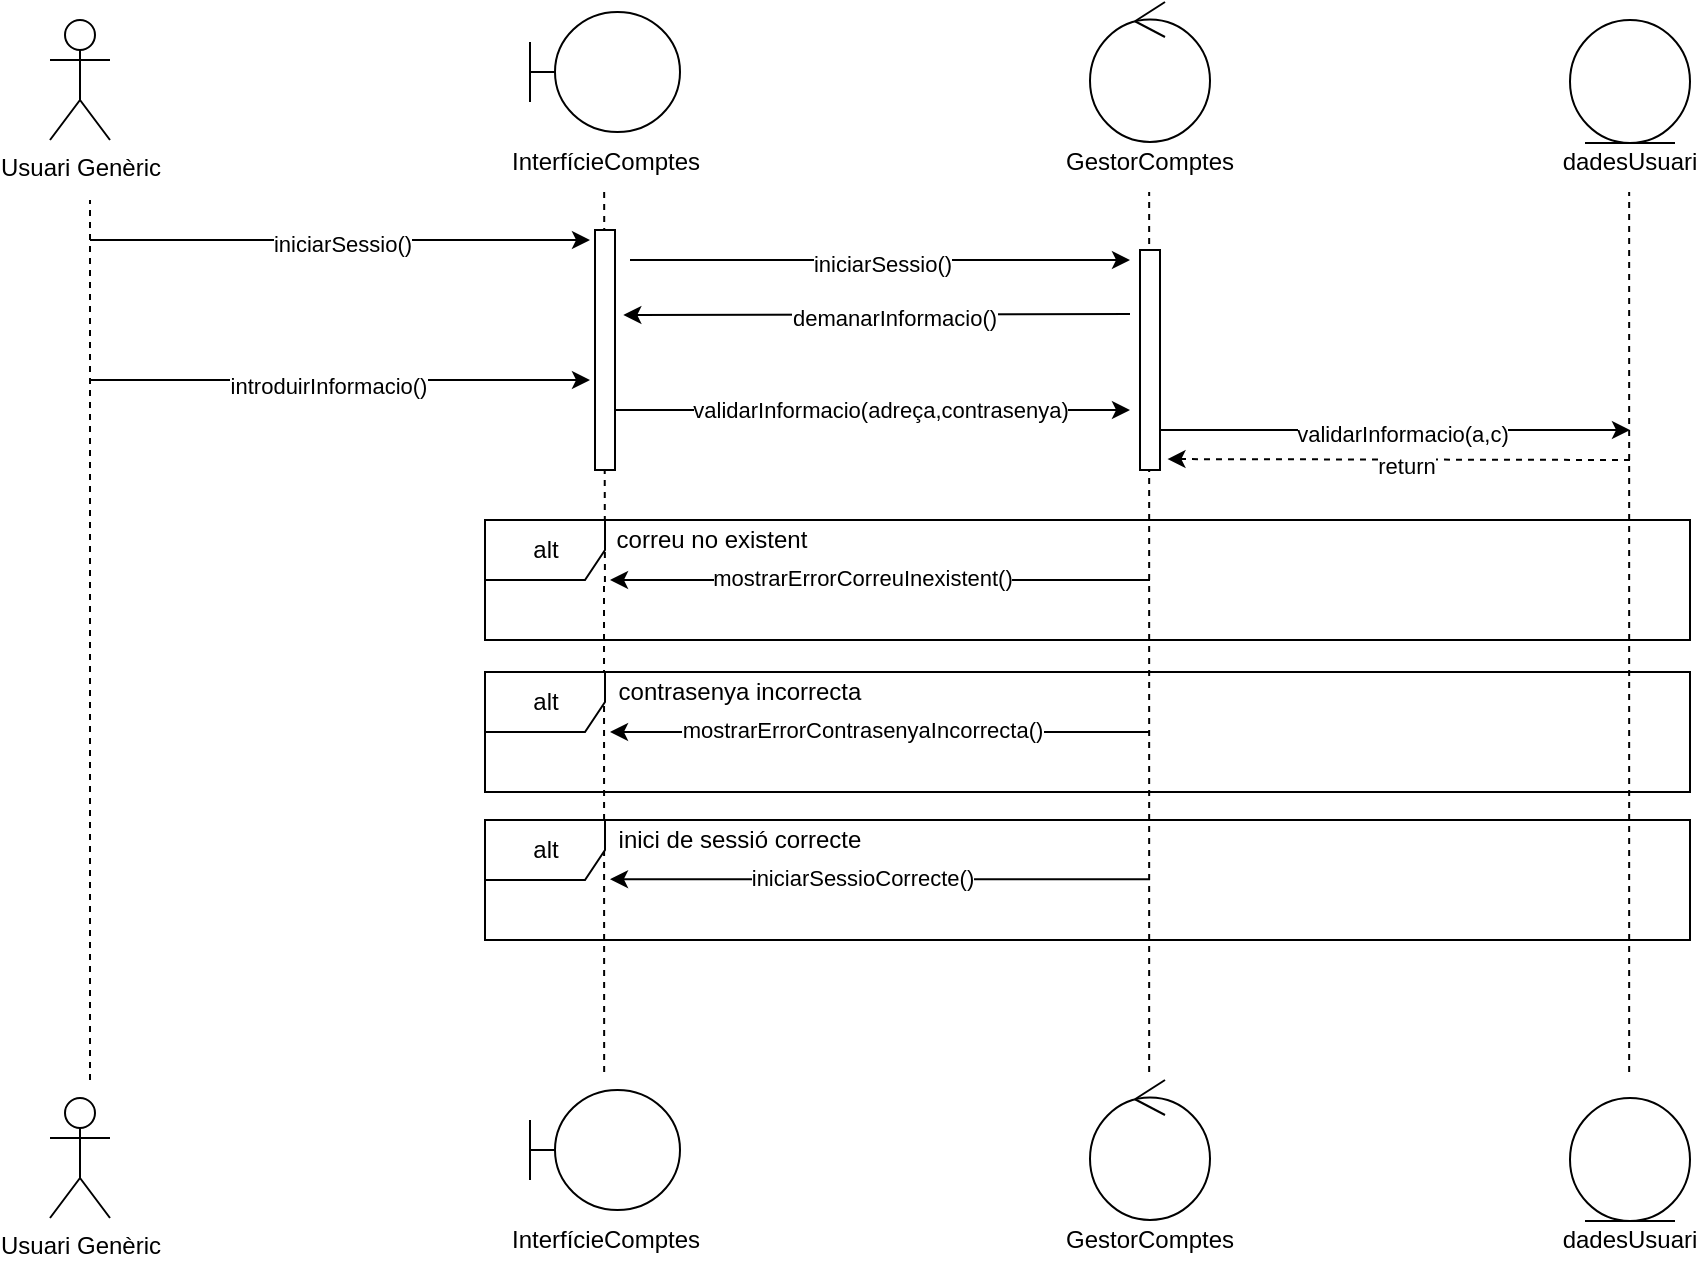
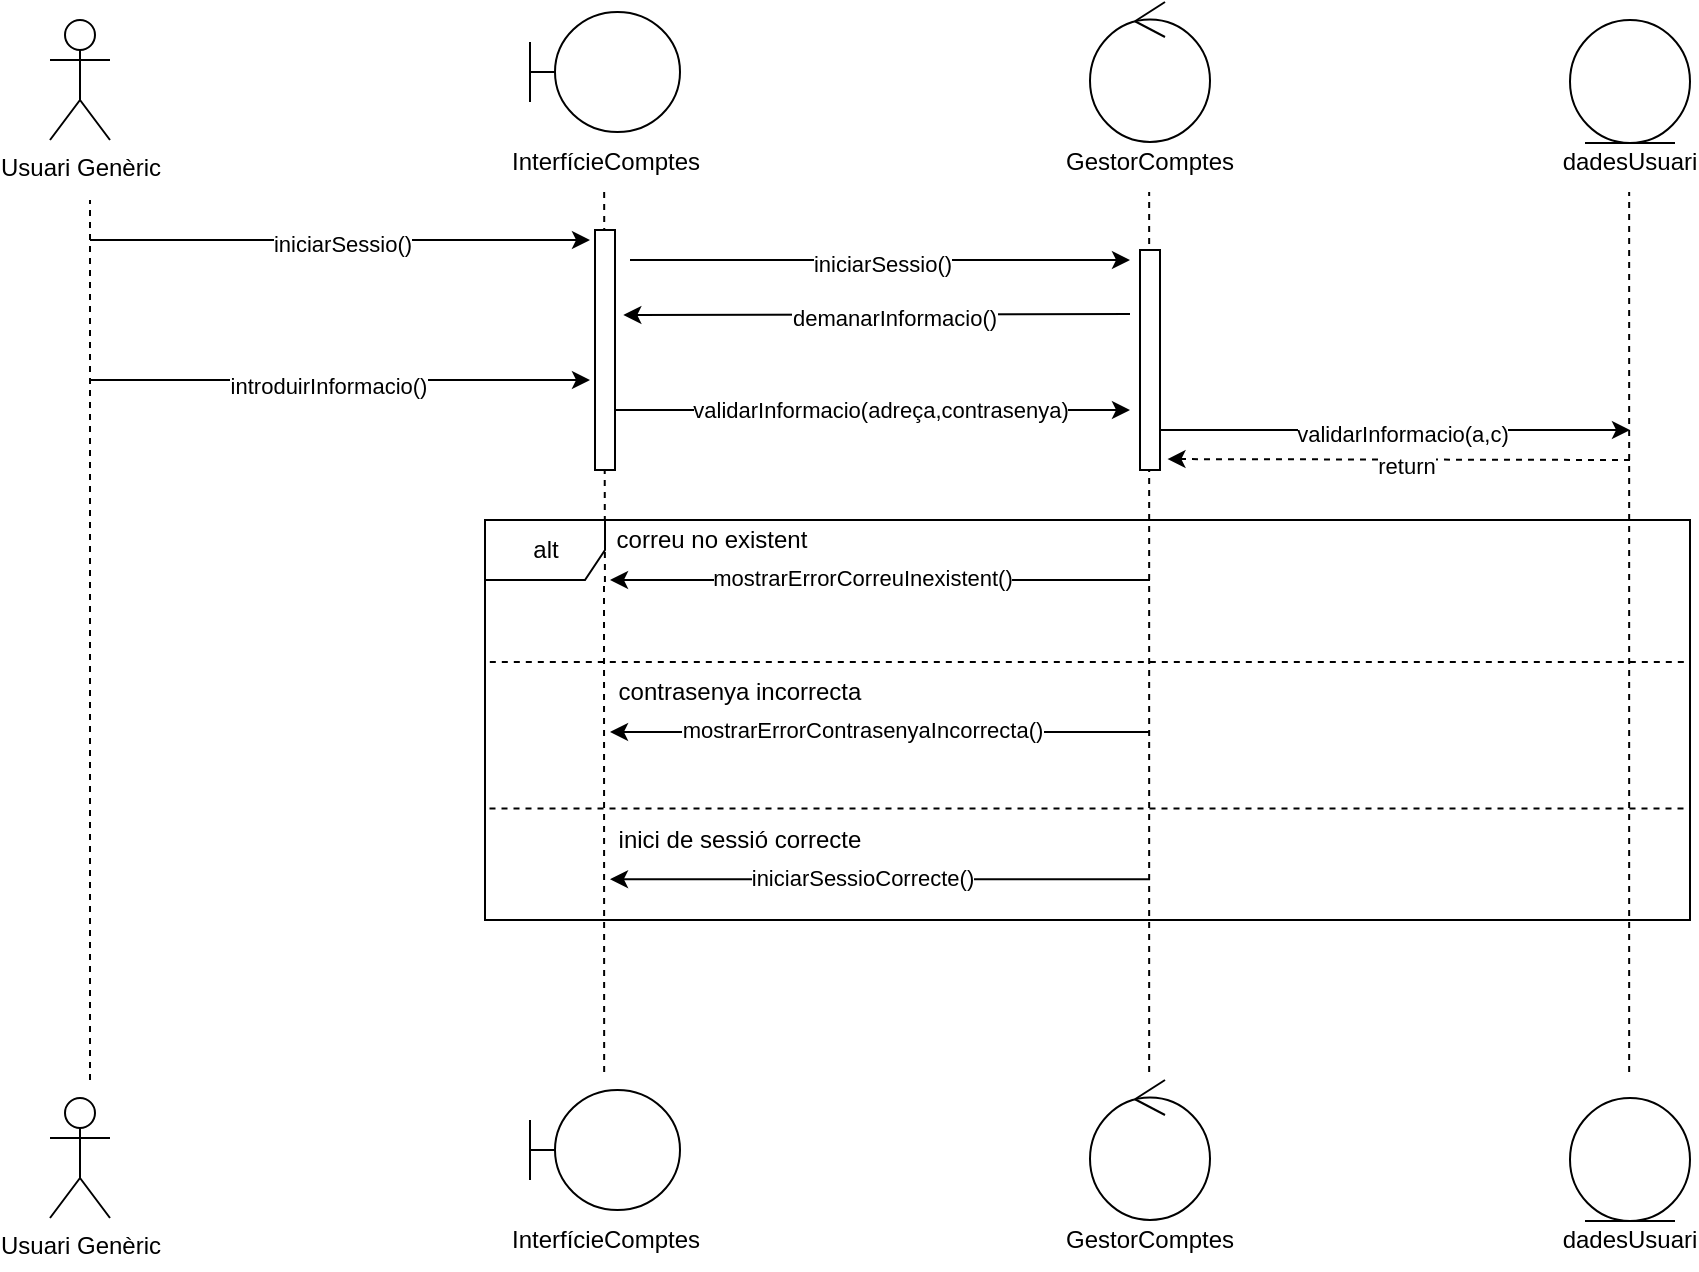
<mxfile host="Electron">
  <diagram name="Pàgina-1" id="qvVAie-Hl5Rr7k6o38sZ">
-     <mxGraphModel dx="1520" dy="988" grid="1" gridSize="10" guides="1" tooltips="1" connect="1" arrows="1" fold="1" page="1" pageScale="1" pageWidth="1169" pageHeight="827" math="0" shadow="0">
+     <mxGraphModel dx="1178" dy="735" grid="1" gridSize="10" guides="1" tooltips="1" connect="1" arrows="1" fold="1" page="1" pageScale="1" pageWidth="1169" pageHeight="827" math="0" shadow="0">
      <root>
        <mxCell id="0" />
        <mxCell id="1" parent="0" />
        <mxCell id="b8Wn0gmdy3Yzb2cbIPzx-2" parent="1" style="shape=umlActor;verticalLabelPosition=bottom;verticalAlign=top;html=1;outlineConnect=0;" value="Usuari Genèric" vertex="1">
          <mxGeometry height="60" width="30" x="110" y="60" as="geometry" />
        </mxCell>
        <mxCell id="b8Wn0gmdy3Yzb2cbIPzx-11" connectable="0" parent="1" style="group" value="" vertex="1">
          <mxGeometry height="90" width="75" x="350" y="56" as="geometry" />
        </mxCell>
        <mxCell id="b8Wn0gmdy3Yzb2cbIPzx-6" parent="b8Wn0gmdy3Yzb2cbIPzx-11" style="shape=umlBoundary;whiteSpace=wrap;html=1;" value="" vertex="1">
          <mxGeometry height="60" width="75" as="geometry" />
        </mxCell>
        <mxCell id="b8Wn0gmdy3Yzb2cbIPzx-9" parent="b8Wn0gmdy3Yzb2cbIPzx-11" style="text;html=1;whiteSpace=wrap;strokeColor=none;fillColor=none;align=center;verticalAlign=middle;rounded=0;" value="InterfícieComptes" vertex="1">
          <mxGeometry height="30" width="60" x="7.5" y="60" as="geometry" />
        </mxCell>
        <mxCell id="b8Wn0gmdy3Yzb2cbIPzx-14" connectable="0" parent="1" style="group" value="" vertex="1">
          <mxGeometry height="95" width="60" x="630" y="51" as="geometry" />
        </mxCell>
        <mxCell id="b8Wn0gmdy3Yzb2cbIPzx-12" parent="b8Wn0gmdy3Yzb2cbIPzx-14" style="ellipse;shape=umlControl;whiteSpace=wrap;html=1;" value="" vertex="1">
          <mxGeometry height="70" width="60" as="geometry" />
        </mxCell>
        <mxCell id="b8Wn0gmdy3Yzb2cbIPzx-13" parent="b8Wn0gmdy3Yzb2cbIPzx-14" style="text;html=1;whiteSpace=wrap;strokeColor=none;fillColor=none;align=center;verticalAlign=middle;rounded=0;" value="GestorComptes" vertex="1">
          <mxGeometry height="30" width="60" y="65" as="geometry" />
        </mxCell>
        <mxCell id="b8Wn0gmdy3Yzb2cbIPzx-15" edge="1" parent="1" style="endArrow=none;dashed=1;html=1;rounded=0;" value="">
          <mxGeometry height="50" relative="1" width="50" as="geometry">
            <mxPoint x="130" y="590" as="sourcePoint" />
            <mxPoint x="130" y="150" as="targetPoint" />
          </mxGeometry>
        </mxCell>
        <mxCell id="b8Wn0gmdy3Yzb2cbIPzx-16" edge="1" parent="1" style="endArrow=none;dashed=1;html=1;rounded=0;" value="">
          <mxGeometry height="50" relative="1" width="50" as="geometry">
            <mxPoint x="387.46769230769223" y="341" as="sourcePoint" />
            <mxPoint x="387.08000000000004" y="146" as="targetPoint" />
          </mxGeometry>
        </mxCell>
        <mxCell id="b8Wn0gmdy3Yzb2cbIPzx-17" edge="1" parent="1" style="endArrow=none;dashed=1;html=1;rounded=0;" value="">
          <mxGeometry height="50" relative="1" width="50" as="geometry">
            <mxPoint x="659.58" y="586" as="sourcePoint" />
            <mxPoint x="659.58" y="146" as="targetPoint" />
          </mxGeometry>
        </mxCell>
        <mxCell id="b8Wn0gmdy3Yzb2cbIPzx-41" edge="1" parent="1" style="endArrow=none;dashed=1;html=1;rounded=0;" value="">
          <mxGeometry height="50" relative="1" width="50" as="geometry">
            <mxPoint x="387.08000000000004" y="586" as="sourcePoint" />
            <mxPoint x="387" y="340" as="targetPoint" />
          </mxGeometry>
        </mxCell>
        <mxCell id="b8Wn0gmdy3Yzb2cbIPzx-43" parent="1" style="shape=umlFrame;whiteSpace=wrap;html=1;pointerEvents=0;" value="alt" vertex="1">
-           <mxGeometry height="60" width="602.5" x="327.5" y="310" as="geometry" />
+           <mxGeometry height="200" width="602.5" x="327.5" y="310" as="geometry" />
        </mxCell>
        <mxCell id="b8Wn0gmdy3Yzb2cbIPzx-45" parent="1" style="text;html=1;whiteSpace=wrap;strokeColor=none;fillColor=none;align=center;verticalAlign=middle;rounded=0;" value="correu no existent" vertex="1">
          <mxGeometry height="30" width="150" x="366" y="305" as="geometry" />
        </mxCell>
        <mxCell id="b8Wn0gmdy3Yzb2cbIPzx-46" parent="1" style="text;html=1;whiteSpace=wrap;strokeColor=none;fillColor=none;align=center;verticalAlign=middle;rounded=0;" value="dadesUsuari" vertex="1">
          <mxGeometry height="30" width="60" x="870" y="116" as="geometry" />
        </mxCell>
        <mxCell id="b8Wn0gmdy3Yzb2cbIPzx-47" parent="1" style="ellipse;shape=umlEntity;whiteSpace=wrap;html=1;" value="" vertex="1">
          <mxGeometry height="61.5" width="60" x="870" y="60" as="geometry" />
        </mxCell>
        <mxCell id="b8Wn0gmdy3Yzb2cbIPzx-48" edge="1" parent="1" style="endArrow=none;dashed=1;html=1;rounded=0;" value="">
          <mxGeometry height="50" relative="1" width="50" as="geometry">
            <mxPoint x="899.5799999999999" y="586" as="sourcePoint" />
            <mxPoint x="899.5799999999999" y="146" as="targetPoint" />
          </mxGeometry>
        </mxCell>
        <mxCell id="b8Wn0gmdy3Yzb2cbIPzx-68" edge="1" parent="1" style="endArrow=classic;html=1;rounded=0;" value="">
          <mxGeometry height="50" relative="1" width="50" as="geometry">
            <mxPoint x="130" y="170" as="sourcePoint" />
            <mxPoint x="380" y="170" as="targetPoint" />
          </mxGeometry>
        </mxCell>
        <mxCell id="b8Wn0gmdy3Yzb2cbIPzx-70" connectable="0" parent="b8Wn0gmdy3Yzb2cbIPzx-68" style="edgeLabel;html=1;align=center;verticalAlign=middle;resizable=0;points=[];" value="iniciarSessio()" vertex="1">
          <mxGeometry relative="1" x="0.0093" y="-2" as="geometry">
            <mxPoint as="offset" />
          </mxGeometry>
        </mxCell>
        <mxCell id="b8Wn0gmdy3Yzb2cbIPzx-69" parent="1" style="rounded=0;whiteSpace=wrap;html=1;rotation=-90;" value="" vertex="1">
          <mxGeometry height="10" width="120" x="327.5" y="220" as="geometry" />
        </mxCell>
        <mxCell id="b8Wn0gmdy3Yzb2cbIPzx-71" edge="1" parent="1" style="endArrow=classic;html=1;rounded=0;" value="">
          <mxGeometry height="50" relative="1" width="50" as="geometry">
            <mxPoint x="400" y="180" as="sourcePoint" />
            <mxPoint x="650" y="180" as="targetPoint" />
          </mxGeometry>
        </mxCell>
        <mxCell id="b8Wn0gmdy3Yzb2cbIPzx-72" connectable="0" parent="b8Wn0gmdy3Yzb2cbIPzx-71" style="edgeLabel;html=1;align=center;verticalAlign=middle;resizable=0;points=[];" value="iniciarSessio()" vertex="1">
          <mxGeometry relative="1" x="0.0093" y="-2" as="geometry">
            <mxPoint as="offset" />
          </mxGeometry>
        </mxCell>
        <mxCell id="b8Wn0gmdy3Yzb2cbIPzx-73" parent="1" style="rounded=0;whiteSpace=wrap;html=1;rotation=-90;" value="" vertex="1">
          <mxGeometry height="10" width="110" x="605" y="225" as="geometry" />
        </mxCell>
        <mxCell id="b8Wn0gmdy3Yzb2cbIPzx-74" edge="1" parent="1" style="endArrow=classic;html=1;rounded=0;entryX=0.646;entryY=1.416;entryDx=0;entryDy=0;entryPerimeter=0;" target="b8Wn0gmdy3Yzb2cbIPzx-69" value="">
          <mxGeometry height="50" relative="1" width="50" as="geometry">
            <mxPoint x="650" y="207" as="sourcePoint" />
            <mxPoint x="610" y="390" as="targetPoint" />
          </mxGeometry>
        </mxCell>
        <mxCell id="b8Wn0gmdy3Yzb2cbIPzx-75" connectable="0" parent="b8Wn0gmdy3Yzb2cbIPzx-74" style="edgeLabel;html=1;align=center;verticalAlign=middle;resizable=0;points=[];" value="demanarInformacio()" vertex="1">
          <mxGeometry relative="1" x="-0.0684" y="2" as="geometry">
            <mxPoint as="offset" />
          </mxGeometry>
        </mxCell>
        <mxCell id="b8Wn0gmdy3Yzb2cbIPzx-76" edge="1" parent="1" style="endArrow=classic;html=1;rounded=0;" value="">
          <mxGeometry height="50" relative="1" width="50" as="geometry">
            <mxPoint x="130" y="240" as="sourcePoint" />
            <mxPoint x="380" y="240" as="targetPoint" />
          </mxGeometry>
        </mxCell>
        <mxCell id="b8Wn0gmdy3Yzb2cbIPzx-77" connectable="0" parent="b8Wn0gmdy3Yzb2cbIPzx-76" style="edgeLabel;html=1;align=center;verticalAlign=middle;resizable=0;points=[];" value="introduirInformacio()" vertex="1">
          <mxGeometry relative="1" x="-0.0507" y="-3" as="geometry">
            <mxPoint as="offset" />
          </mxGeometry>
        </mxCell>
        <mxCell id="b8Wn0gmdy3Yzb2cbIPzx-78" edge="1" parent="1" source="b8Wn0gmdy3Yzb2cbIPzx-69" style="endArrow=classic;html=1;rounded=0;exitX=0.25;exitY=1;exitDx=0;exitDy=0;" value="">
          <mxGeometry height="50" relative="1" width="50" as="geometry">
            <mxPoint x="447.5" y="290" as="sourcePoint" />
            <mxPoint x="650" y="255" as="targetPoint" />
          </mxGeometry>
        </mxCell>
        <mxCell id="b8Wn0gmdy3Yzb2cbIPzx-79" connectable="0" parent="b8Wn0gmdy3Yzb2cbIPzx-78" style="edgeLabel;html=1;align=center;verticalAlign=middle;resizable=0;points=[];" value="validarInformacio(adreça,contrasenya)" vertex="1">
          <mxGeometry relative="1" x="0.0252" as="geometry">
            <mxPoint as="offset" />
          </mxGeometry>
        </mxCell>
        <mxCell id="b8Wn0gmdy3Yzb2cbIPzx-82" edge="1" parent="1" style="endArrow=classic;html=1;rounded=0;" value="">
          <mxGeometry height="50" relative="1" width="50" as="geometry">
            <mxPoint x="665" y="265" as="sourcePoint" />
            <mxPoint x="900" y="265" as="targetPoint" />
          </mxGeometry>
        </mxCell>
        <mxCell id="b8Wn0gmdy3Yzb2cbIPzx-83" connectable="0" parent="b8Wn0gmdy3Yzb2cbIPzx-82" style="edgeLabel;html=1;align=center;verticalAlign=middle;resizable=0;points=[];" value="validarInformacio(a,c)" vertex="1">
          <mxGeometry relative="1" x="0.0241" y="-2" as="geometry">
            <mxPoint as="offset" />
          </mxGeometry>
        </mxCell>
        <mxCell id="b8Wn0gmdy3Yzb2cbIPzx-84" edge="1" parent="1" style="endArrow=classic;html=1;rounded=0;dashed=1;entryX=0.077;entryY=1.374;entryDx=0;entryDy=0;entryPerimeter=0;" value="">
          <mxGeometry height="50" relative="1" width="50" as="geometry">
            <mxPoint x="900" y="280" as="sourcePoint" />
            <mxPoint x="668.7399999999998" y="279.52999999999986" as="targetPoint" />
          </mxGeometry>
        </mxCell>
        <mxCell id="b8Wn0gmdy3Yzb2cbIPzx-85" connectable="0" parent="b8Wn0gmdy3Yzb2cbIPzx-84" style="edgeLabel;html=1;align=center;verticalAlign=middle;resizable=0;points=[];" value="return" vertex="1">
          <mxGeometry relative="1" x="-0.03" y="3" as="geometry">
            <mxPoint as="offset" />
          </mxGeometry>
        </mxCell>
        <mxCell id="b8Wn0gmdy3Yzb2cbIPzx-86" edge="1" parent="1" style="endArrow=classic;html=1;rounded=0;" value="">
          <mxGeometry height="50" relative="1" width="50" as="geometry">
            <mxPoint x="660" y="340" as="sourcePoint" />
            <mxPoint x="390" y="340" as="targetPoint" />
          </mxGeometry>
        </mxCell>
        <mxCell id="b8Wn0gmdy3Yzb2cbIPzx-87" connectable="0" parent="b8Wn0gmdy3Yzb2cbIPzx-86" style="edgeLabel;html=1;align=center;verticalAlign=middle;resizable=0;points=[];" value="mostrarErrorCorreuInexistent()" vertex="1">
          <mxGeometry relative="1" x="0.0716" y="-1" as="geometry">
            <mxPoint as="offset" />
          </mxGeometry>
        </mxCell>
        <mxCell id="b8Wn0gmdy3Yzb2cbIPzx-88" edge="1" parent="1" style="endArrow=classic;html=1;rounded=0;" value="">
          <mxGeometry height="50" relative="1" width="50" as="geometry">
            <mxPoint x="660" y="416" as="sourcePoint" />
            <mxPoint x="390" y="416" as="targetPoint" />
          </mxGeometry>
        </mxCell>
        <mxCell id="b8Wn0gmdy3Yzb2cbIPzx-89" connectable="0" parent="b8Wn0gmdy3Yzb2cbIPzx-88" style="edgeLabel;html=1;align=center;verticalAlign=middle;resizable=0;points=[];" value="mostrarErrorContrasenyaIncorrecta()" vertex="1">
          <mxGeometry relative="1" x="0.0716" y="-1" as="geometry">
            <mxPoint as="offset" />
          </mxGeometry>
        </mxCell>
        <mxCell id="b8Wn0gmdy3Yzb2cbIPzx-90" parent="1" style="text;html=1;whiteSpace=wrap;strokeColor=none;fillColor=none;align=center;verticalAlign=middle;rounded=0;" value="contrasenya incorrecta" vertex="1">
          <mxGeometry height="30" width="150" x="380" y="381" as="geometry" />
        </mxCell>
-         <mxCell id="b8Wn0gmdy3Yzb2cbIPzx-91" parent="1" style="shape=umlFrame;whiteSpace=wrap;html=1;pointerEvents=0;" value="alt" vertex="1">
-           <mxGeometry height="60" width="602.5" x="327.5" y="386" as="geometry" />
-         </mxCell>
-         <mxCell id="b8Wn0gmdy3Yzb2cbIPzx-92" parent="1" style="shape=umlFrame;whiteSpace=wrap;html=1;pointerEvents=0;" value="alt" vertex="1">
-           <mxGeometry height="60" width="602.5" x="327.5" y="460" as="geometry" />
-         </mxCell>
        <mxCell id="b8Wn0gmdy3Yzb2cbIPzx-93" parent="1" style="text;html=1;whiteSpace=wrap;strokeColor=none;fillColor=none;align=center;verticalAlign=middle;rounded=0;" value="inici de sessió correcte" vertex="1">
          <mxGeometry height="30" width="150" x="380" y="455" as="geometry" />
        </mxCell>
        <mxCell id="b8Wn0gmdy3Yzb2cbIPzx-94" edge="1" parent="1" style="endArrow=classic;html=1;rounded=0;" value="">
          <mxGeometry height="50" relative="1" width="50" as="geometry">
            <mxPoint x="660" y="489.58" as="sourcePoint" />
            <mxPoint x="390" y="489.58" as="targetPoint" />
          </mxGeometry>
        </mxCell>
        <mxCell id="b8Wn0gmdy3Yzb2cbIPzx-95" connectable="0" parent="b8Wn0gmdy3Yzb2cbIPzx-94" style="edgeLabel;html=1;align=center;verticalAlign=middle;resizable=0;points=[];" value="iniciarSessioCorrecte()" vertex="1">
          <mxGeometry relative="1" x="0.0716" y="-1" as="geometry">
            <mxPoint as="offset" />
          </mxGeometry>
        </mxCell>
        <mxCell id="RaHOlTRZT8cvXKh7TLp2-1" parent="1" style="shape=umlActor;verticalLabelPosition=bottom;verticalAlign=top;html=1;outlineConnect=0;" value="Usuari Genèric" vertex="1">
          <mxGeometry height="60" width="30" x="110" y="599" as="geometry" />
        </mxCell>
        <mxCell id="RaHOlTRZT8cvXKh7TLp2-2" connectable="0" parent="1" style="group" value="" vertex="1">
          <mxGeometry height="90" width="75" x="350" y="595" as="geometry" />
        </mxCell>
        <mxCell id="RaHOlTRZT8cvXKh7TLp2-3" parent="RaHOlTRZT8cvXKh7TLp2-2" style="shape=umlBoundary;whiteSpace=wrap;html=1;" value="" vertex="1">
          <mxGeometry height="60" width="75" as="geometry" />
        </mxCell>
        <mxCell id="RaHOlTRZT8cvXKh7TLp2-4" parent="RaHOlTRZT8cvXKh7TLp2-2" style="text;html=1;whiteSpace=wrap;strokeColor=none;fillColor=none;align=center;verticalAlign=middle;rounded=0;" value="InterfícieComptes" vertex="1">
          <mxGeometry height="30" width="60" x="7.5" y="60" as="geometry" />
        </mxCell>
        <mxCell id="RaHOlTRZT8cvXKh7TLp2-5" connectable="0" parent="1" style="group" value="" vertex="1">
          <mxGeometry height="95" width="60" x="630" y="590" as="geometry" />
        </mxCell>
        <mxCell id="RaHOlTRZT8cvXKh7TLp2-6" parent="RaHOlTRZT8cvXKh7TLp2-5" style="ellipse;shape=umlControl;whiteSpace=wrap;html=1;" value="" vertex="1">
          <mxGeometry height="70" width="60" as="geometry" />
        </mxCell>
        <mxCell id="RaHOlTRZT8cvXKh7TLp2-7" parent="RaHOlTRZT8cvXKh7TLp2-5" style="text;html=1;whiteSpace=wrap;strokeColor=none;fillColor=none;align=center;verticalAlign=middle;rounded=0;" value="GestorComptes" vertex="1">
          <mxGeometry height="30" width="60" y="65" as="geometry" />
        </mxCell>
        <mxCell id="RaHOlTRZT8cvXKh7TLp2-8" parent="1" style="text;html=1;whiteSpace=wrap;strokeColor=none;fillColor=none;align=center;verticalAlign=middle;rounded=0;" value="dadesUsuari" vertex="1">
          <mxGeometry height="30" width="60" x="870" y="655" as="geometry" />
        </mxCell>
        <mxCell id="RaHOlTRZT8cvXKh7TLp2-9" parent="1" style="ellipse;shape=umlEntity;whiteSpace=wrap;html=1;" value="" vertex="1">
          <mxGeometry height="61.5" width="60" x="870" y="599" as="geometry" />
+         </mxCell>
+         <mxCell id="R53mKuoCBVlwVTc_Jne3-3" edge="1" parent="1" source="b8Wn0gmdy3Yzb2cbIPzx-43" style="endArrow=none;dashed=1;html=1;rounded=0;entryX=0.997;entryY=0.355;entryDx=0;entryDy=0;entryPerimeter=0;exitX=0.004;exitY=0.355;exitDx=0;exitDy=0;exitPerimeter=0;" target="b8Wn0gmdy3Yzb2cbIPzx-43" value="">
+           <mxGeometry height="50" relative="1" width="50" as="geometry">
+             <mxPoint x="520" y="510" as="sourcePoint" />
+             <mxPoint x="570" y="460" as="targetPoint" />
+           </mxGeometry>
+         </mxCell>
+         <mxCell id="R53mKuoCBVlwVTc_Jne3-4" edge="1" parent="1" style="endArrow=none;dashed=1;html=1;rounded=0;entryX=0.997;entryY=0.355;entryDx=0;entryDy=0;entryPerimeter=0;exitX=0.004;exitY=0.355;exitDx=0;exitDy=0;exitPerimeter=0;" value="">
+           <mxGeometry height="50" relative="1" width="50" as="geometry">
+             <mxPoint x="329.75" y="454.31" as="sourcePoint" />
+             <mxPoint x="927.75" y="454.31" as="targetPoint" />
+           </mxGeometry>
        </mxCell>
      </root>
    </mxGraphModel>
  </diagram>
</mxfile>
